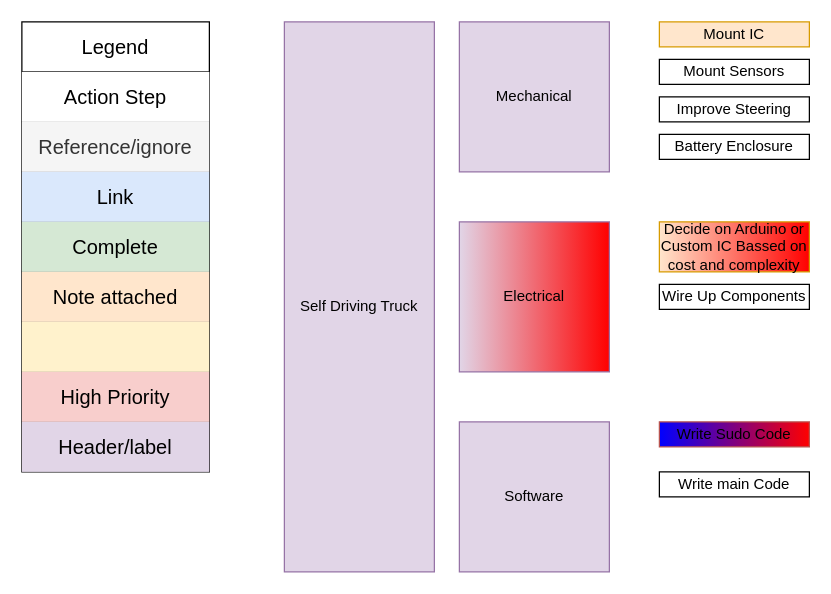
usernamesareusless/Truck keeps this draw.io diagram as page "Overview" (1 of 5) of Self_Driving_Truck.drawio. Above is the earlier version. Source tidied: cells renumbered, new cells numbered last; positions are measured from the earlier drawing's top-left corner, leaving out a move shared by most shapes. Both pictures are drawn from the tidied source at 125%, with x=0, y=0 at pixel (21, 21).
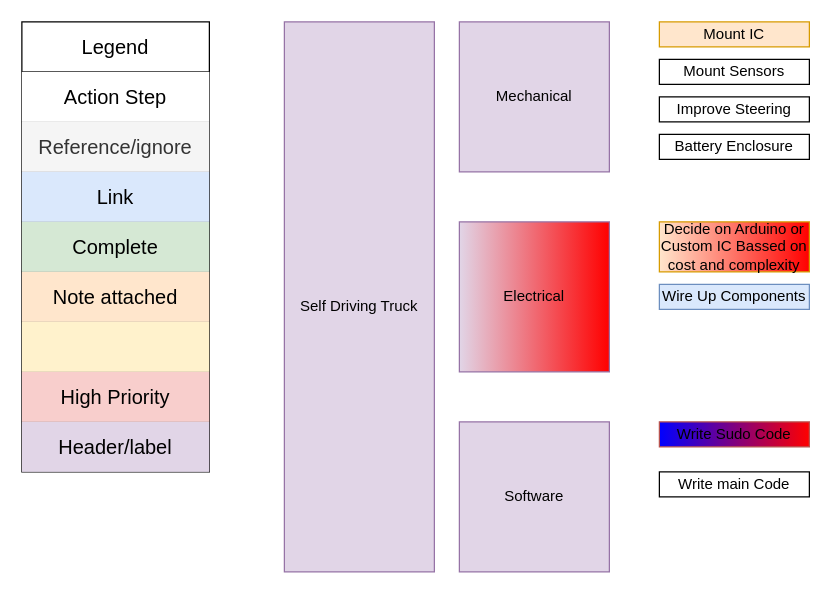
The same page after the edit.

Diff of the diagram source:
```diff
@@
-    <mxCell id="9" value="Wire Up Components" style="rounded=0;whiteSpace=wrap;html=1;" parent="1" vertex="1">
+    <mxCell id="9" value="Wire Up Components" style="rounded=0;whiteSpace=wrap;html=1;fillColor=#dae8fc;strokeColor=#6c8ebf;" parent="1" vertex="1">
       <mxGeometry x="510" y="210" width="120" height="20" as="geometry" />
     </mxCell>
```
